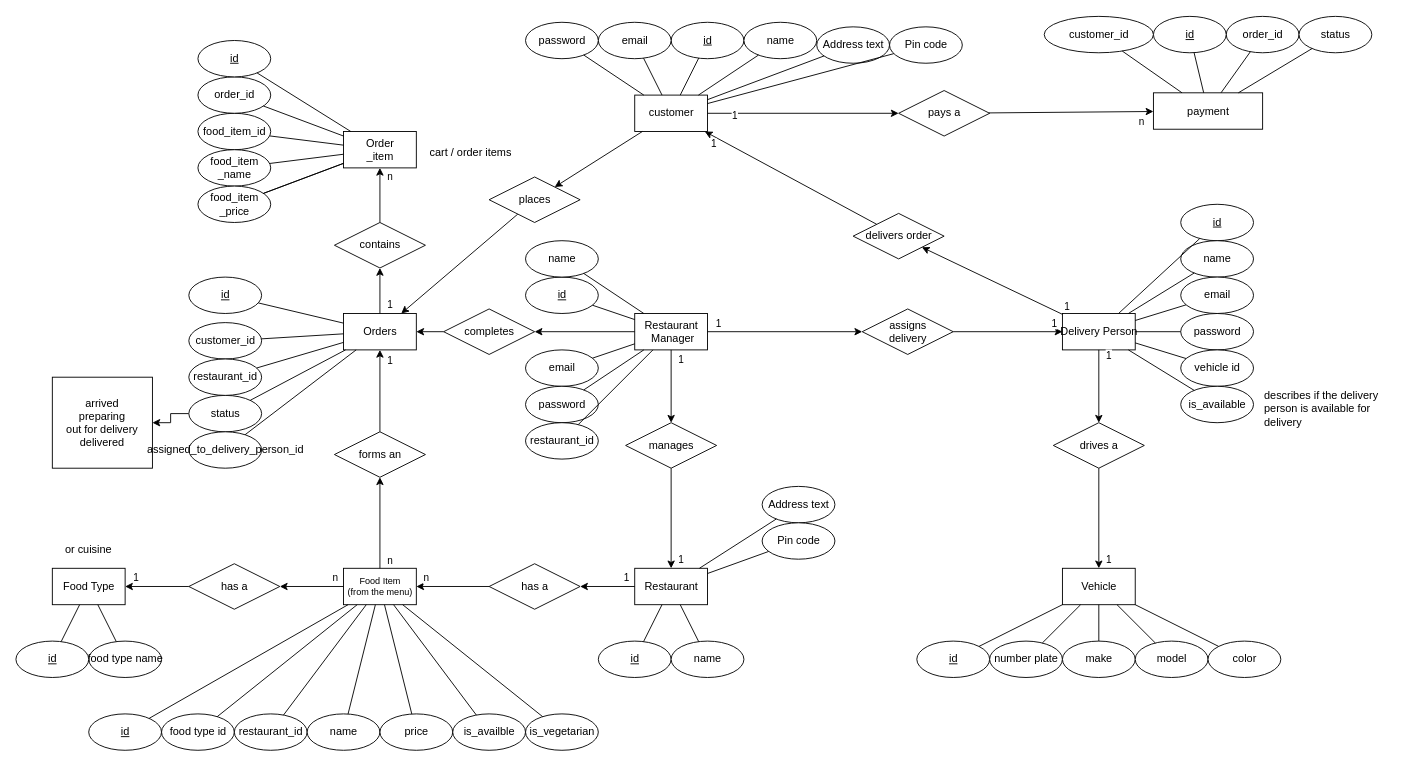
This is diagrams/ER/Untitled Diagram.drawio from callofthewild/hunger-buzz, a draw.io file, before an edit. Source tidied: cells renumbered, new cells numbered last; positions are measured from the earlier drawing's top-left corner, leaving out a move shared by most shapes. Both pictures are drawn from the tidied source at 91%, with x=0, y=0 at pixel (15, 15).
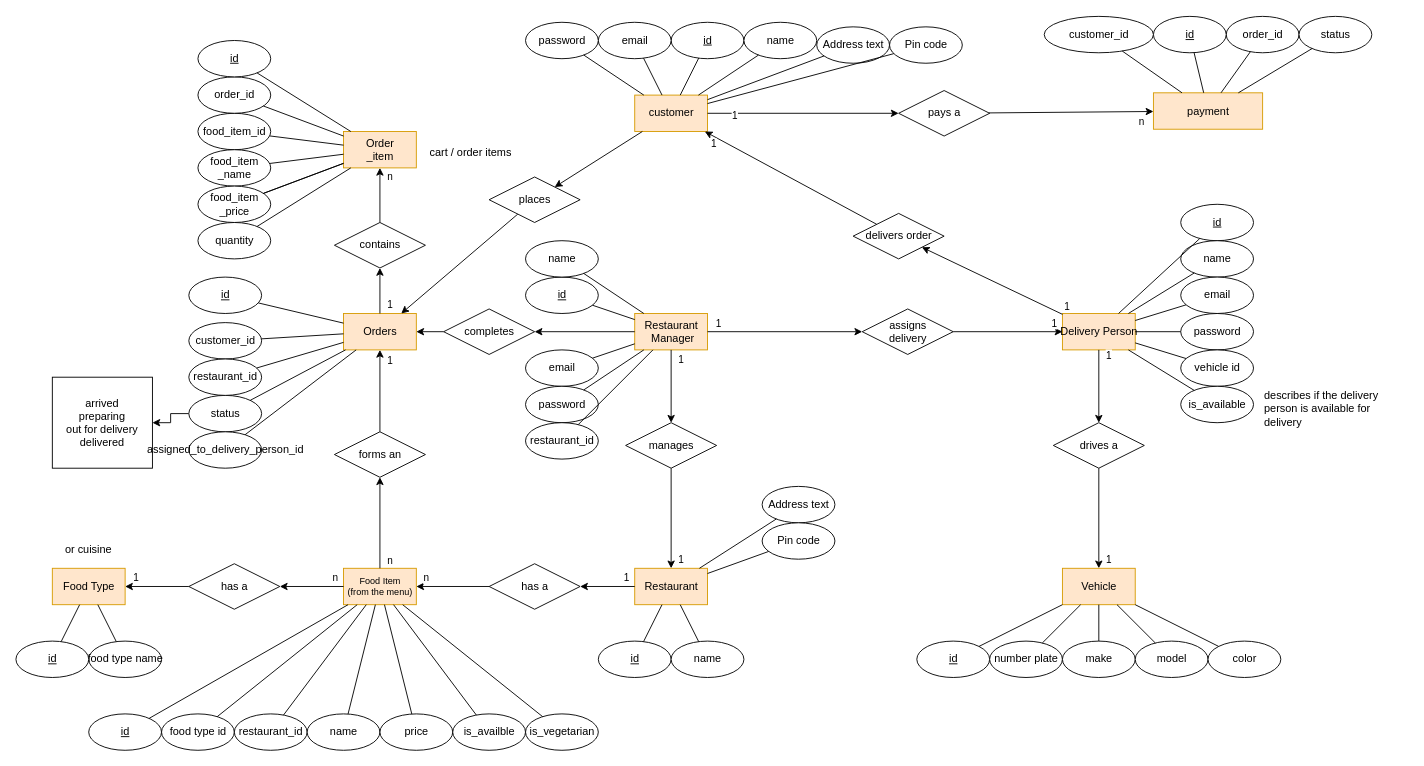
The same page after the edit.

Diff of the diagram source:
```diff
@@
-    <mxCell id="2" value="customer" style="rounded=0;html=1;" parent="1" vertex="1">
+    <mxCell id="2" value="customer" style="rounded=0;html=1;fillColor=#ffe6cc;strokeColor=#d79b00;" parent="1" vertex="1">
       <mxGeometry x="680" y="87" width="80" height="40" as="geometry" />
     </mxCell>
@@
-    <mxCell id="13" value="&lt;div&gt;Restaurant&lt;/div&gt;&amp;nbsp;Manager" style="rounded=0;html=1;" parent="1" vertex="1">
+    <mxCell id="13" value="&lt;div&gt;Restaurant&lt;/div&gt;&amp;nbsp;Manager" style="rounded=0;html=1;fillColor=#ffe6cc;strokeColor=#d79b00;" parent="1" vertex="1">
       <mxGeometry x="680" y="327" width="80" height="40" as="geometry" />
     </mxCell>
-    <mxCell id="14" value="Delivery Person" style="rounded=0;html=1;" parent="1" vertex="1">
+    <mxCell id="14" value="Delivery Person" style="rounded=0;html=1;fillColor=#ffe6cc;strokeColor=#d79b00;" parent="1" vertex="1">
       <mxGeometry x="1150" y="327" width="80" height="40" as="geometry" />
     </mxCell>
@@
-    <mxCell id="40" value="Vehicle" style="rounded=0;html=1;" parent="1" vertex="1">
+    <mxCell id="40" value="Vehicle" style="rounded=0;html=1;fillColor=#ffe6cc;strokeColor=#d79b00;" parent="1" vertex="1">
       <mxGeometry x="1150" y="607" width="80" height="40" as="geometry" />
     </mxCell>
@@
-    <mxCell id="51" value="&lt;div style=&quot;font-size: 10px;&quot;&gt;Food Item&lt;/div&gt;&lt;div style=&quot;font-size: 10px;&quot;&gt;(from the menu)&lt;/div&gt;" style="rounded=0;html=1;fontSize=10;" parent="1" vertex="1">
+    <mxCell id="51" value="&lt;div style=&quot;font-size: 10px;&quot;&gt;Food Item&lt;/div&gt;&lt;div style=&quot;font-size: 10px;&quot;&gt;(from the menu)&lt;/div&gt;" style="rounded=0;html=1;fontSize=10;fillColor=#ffe6cc;strokeColor=#d79b00;" parent="1" vertex="1">
       <mxGeometry x="360" y="607" width="80" height="40" as="geometry" />
     </mxCell>
-    <mxCell id="52" value="&lt;div&gt;Orders&lt;/div&gt;" style="rounded=0;html=1;" parent="1" vertex="1">
+    <mxCell id="52" value="&lt;div&gt;Orders&lt;/div&gt;" style="rounded=0;html=1;fillColor=#ffe6cc;strokeColor=#d79b00;" parent="1" vertex="1">
       <mxGeometry x="360" y="327" width="80" height="40" as="geometry" />
     </mxCell>
@@
-    <mxCell id="71" value="Restaurant" style="rounded=0;html=1;" parent="1" vertex="1">
+    <mxCell id="71" value="Restaurant" style="rounded=0;html=1;fillColor=#ffe6cc;strokeColor=#d79b00;" parent="1" vertex="1">
       <mxGeometry x="680" y="607" width="80" height="40" as="geometry" />
     </mxCell>
@@
-    <mxCell id="79" value="Food Type" style="rounded=0;html=1;" parent="1" vertex="1">
+    <mxCell id="79" value="Food Type" style="rounded=0;html=1;fillColor=#ffe6cc;strokeColor=#d79b00;" parent="1" vertex="1">
       <mxGeometry x="40" y="607" width="80" height="40" as="geometry" />
     </mxCell>
@@
-    <mxCell id="107" value="&lt;div&gt;Order&lt;/div&gt;_item" style="rounded=0;html=1;" parent="1" vertex="1">
+    <mxCell id="107" value="&lt;div&gt;Order&lt;/div&gt;_item" style="rounded=0;html=1;fillColor=#ffe6cc;strokeColor=#d79b00;" parent="1" vertex="1">
       <mxGeometry x="360" y="127" width="80" height="40" as="geometry" />
     </mxCell>
@@
-    <mxCell id="142" value="payment" style="rounded=0;html=1;" parent="1" vertex="1">
+    <mxCell id="142" value="payment" style="rounded=0;html=1;fillColor=#ffe6cc;strokeColor=#d79b00;" parent="1" vertex="1">
       <mxGeometry x="1250" y="84.5" width="120" height="40" as="geometry" />
     </mxCell>
@@
+    <mxCell id="167" value="quantity" style="ellipse;html=1;" parent="1" vertex="1">
+      <mxGeometry x="200" y="227" width="80" height="40" as="geometry" />
+    </mxCell>
+    <mxCell id="168" style="endArrow=none;html=1;rounded=0;" parent="1" edge="1" source="167" target="107">
+      <mxGeometry relative="1" as="geometry" />
+    </mxCell>
```
